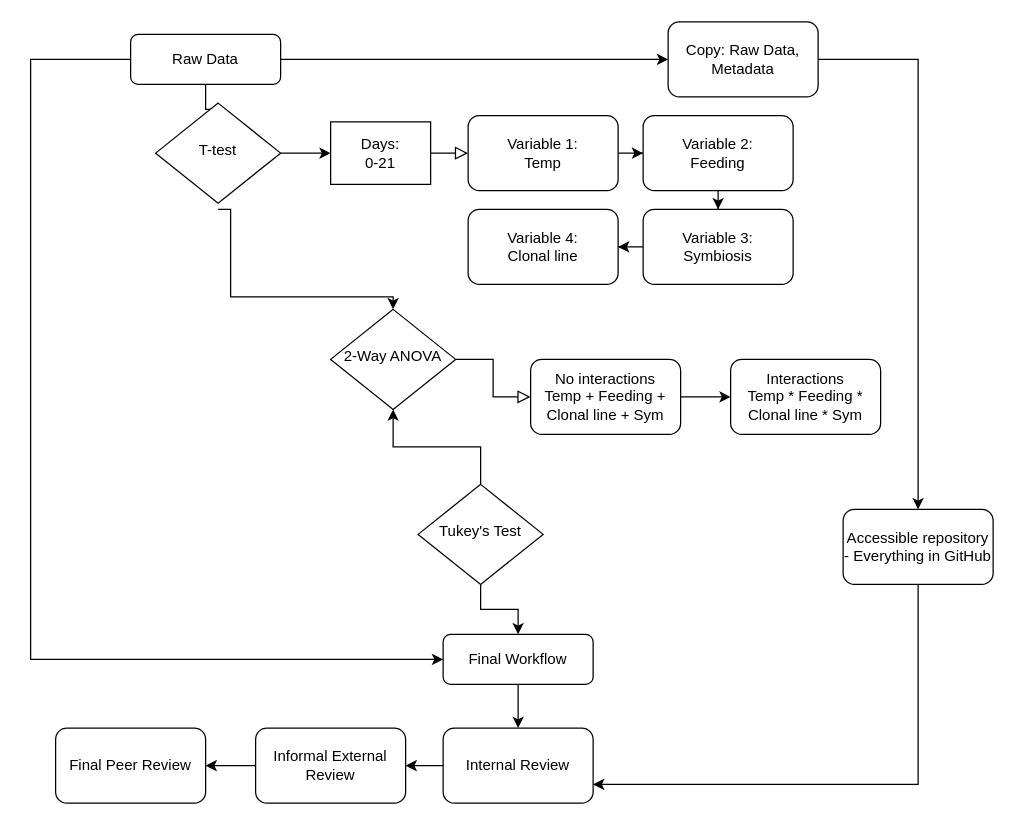
Before: Workflow Diagram.drawio in junbcai/heatinglacerate, a draw.io diagram. Source tidied: cells renumbered, new cells numbered last; positions are measured from the earlier drawing's top-left corner, leaving out a move shared by most shapes. Both pictures are drawn from the tidied source at 125%, with x=0, y=0 at pixel (30, 21).
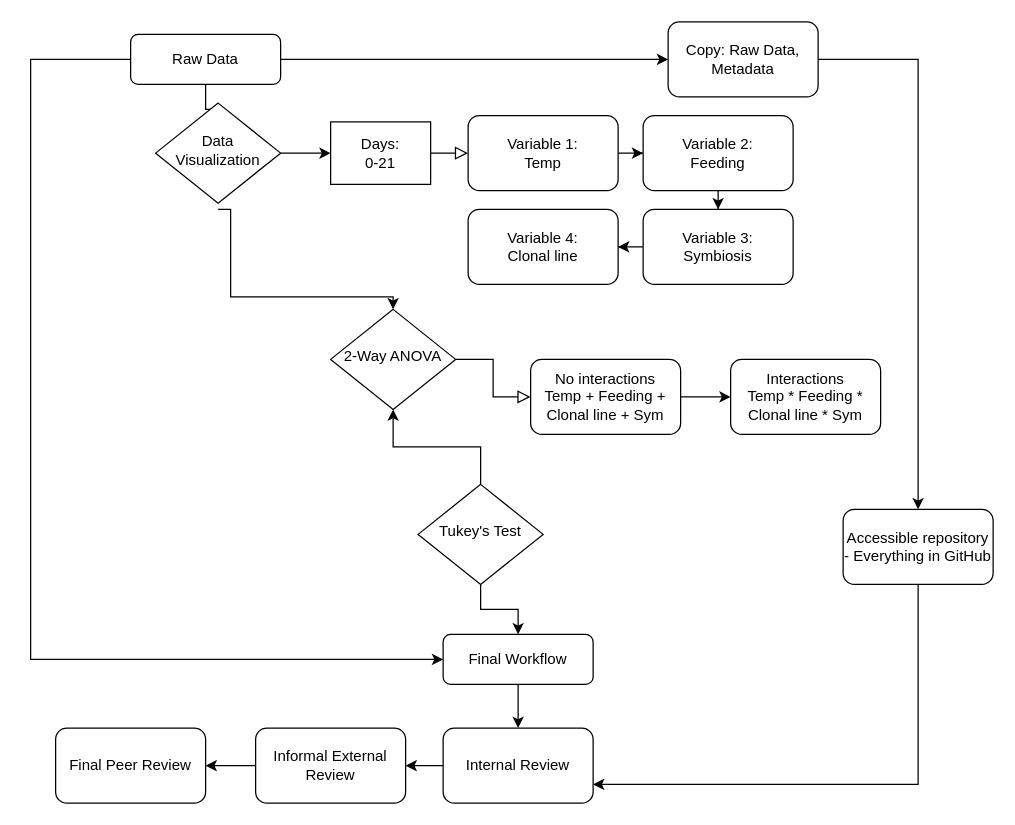
Above is the later version.

Diff of the diagram source:
```diff
@@
-    <mxCell id="9" value="T-test" style="rhombus;whiteSpace=wrap;html=1;shadow=0;fontFamily=Helvetica;fontSize=12;align=center;strokeWidth=1;spacing=6;spacingTop=-4;" parent="1" vertex="1">
+    <mxCell id="9" value="Data Visualization" style="rhombus;whiteSpace=wrap;html=1;shadow=0;fontFamily=Helvetica;fontSize=12;align=center;strokeWidth=1;spacing=6;spacingTop=-4;" parent="1" vertex="1">
       <mxGeometry x="100" y="65" width="100" height="80" as="geometry" />
     </mxCell>
```
